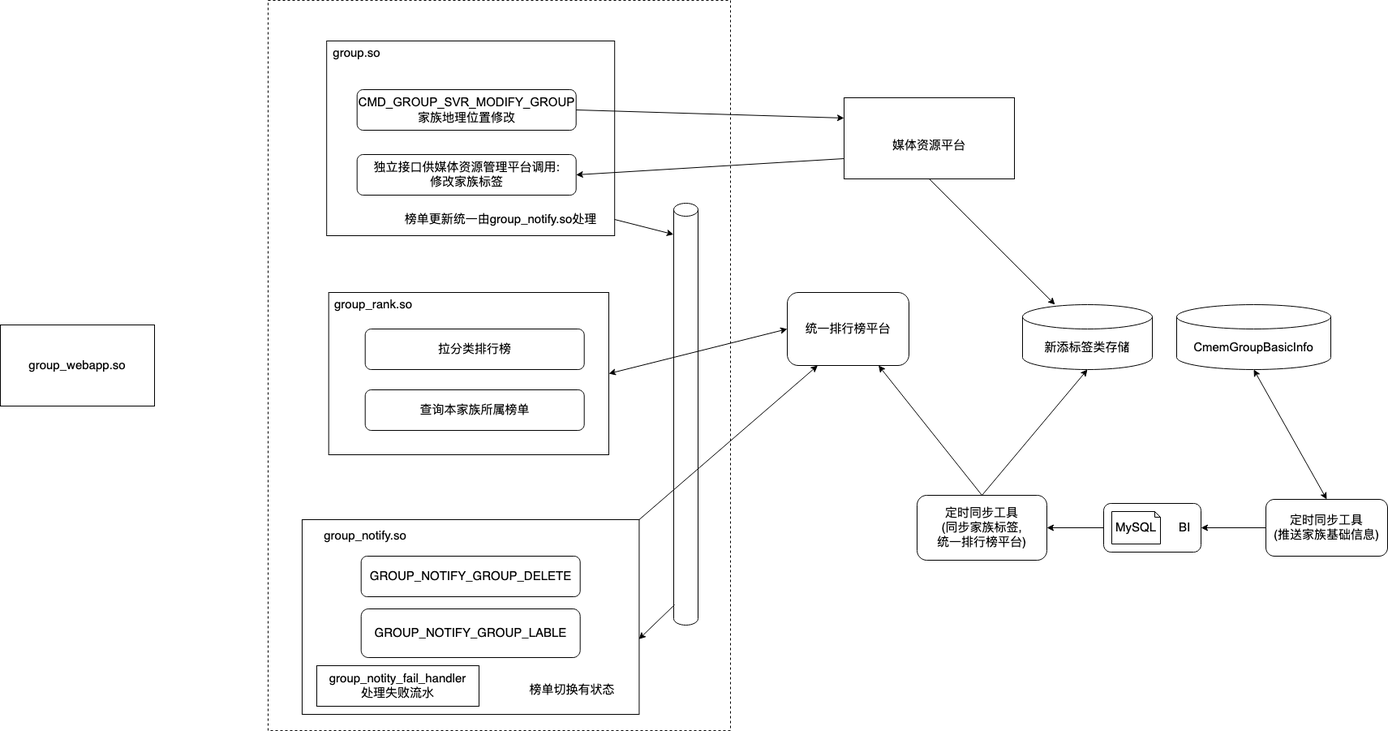
Before: 家族榜单切换.png, a diagram exported from draw.io (wu0hgl/note_pic). Source tidied: cells renumbered, new cells last; positions are measured from the earlier drawing's top-left corner, leaving out a move shared by most shapes.
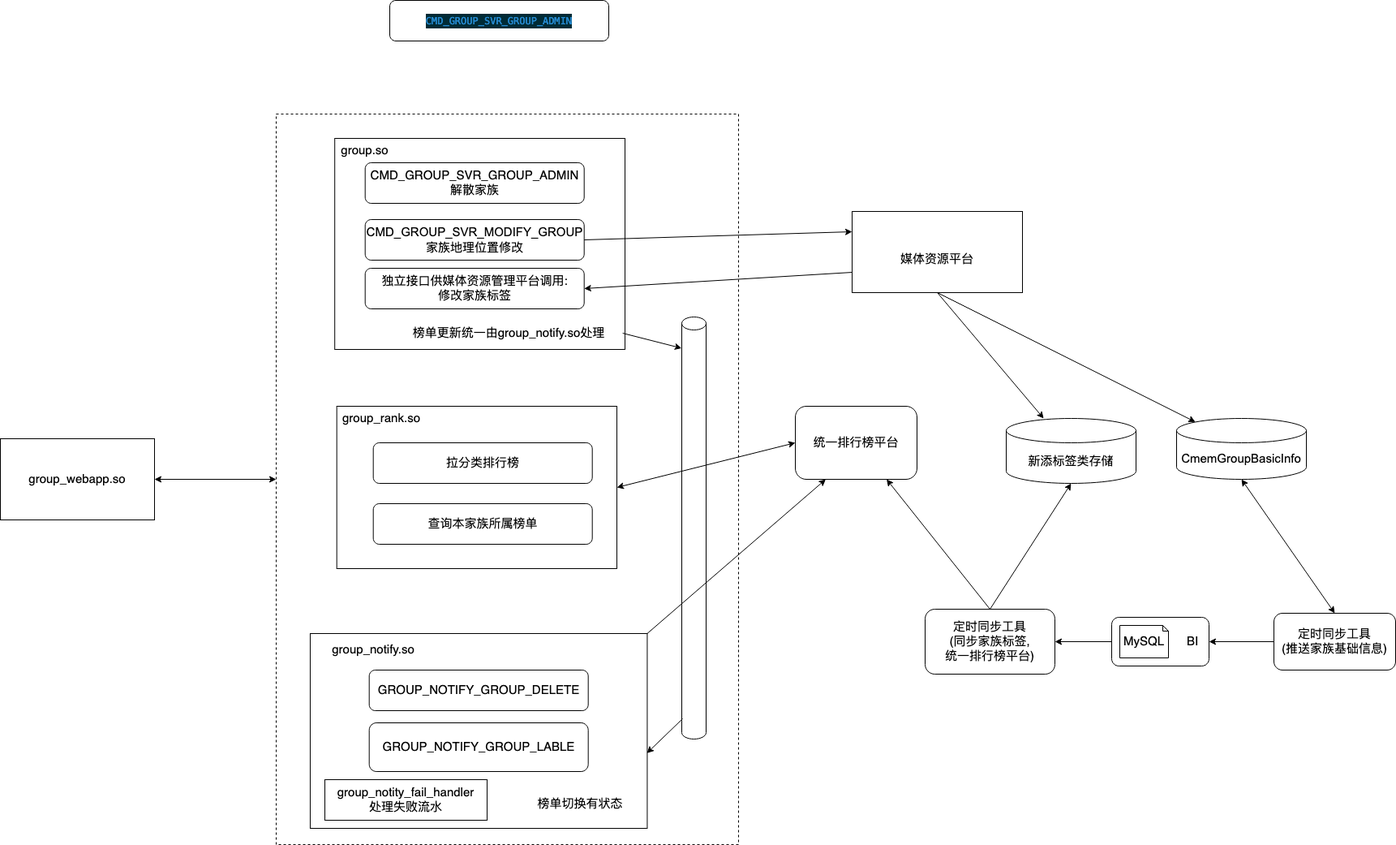
After the change.

Commit message:
更新家族榜单切换.png

Diff of the diagram source:
```diff
@@ -9,7 +9,7 @@
       <mxGeometry x="830" y="250" width="30" height="520" as="geometry" />
     </mxCell>
     <mxCell id="4" style="rounded=0;whiteSpace=wrap;html=1;fontSize=15;" parent="1" vertex="1">
-      <mxGeometry x="402.2" y="50" width="355" height="240" as="geometry" />
+      <mxGeometry x="402.2" y="30" width="357.8" height="260" as="geometry" />
     </mxCell>
     <mxCell id="5" value="定时同步工具&lt;br style=&quot;font-size: 15px;&quot;&gt;(推送家族基础信息)" style="rounded=1;whiteSpace=wrap;html=1;fontSize=15;" parent="1" vertex="1">
       <mxGeometry x="1560" y="615" width="150" height="70" as="geometry" />
@@ -42,13 +42,13 @@
       <mxGeometry x="439.7" y="190" width="270" height="50" as="geometry" />
     </mxCell>
     <mxCell id="15" value="group.so" style="text;html=1;strokeColor=none;fillColor=none;align=center;verticalAlign=middle;whiteSpace=wrap;rounded=0;fontSize=15;" parent="1" vertex="1">
-      <mxGeometry x="402.2" y="50" width="75" height="30" as="geometry" />
+      <mxGeometry x="402.2" y="30" width="75" height="30" as="geometry" />
     </mxCell>
     <mxCell id="16" value="&lt;span style=&quot;font-family: &amp;quot;arial&amp;quot;; font-size: 15px; color: rgb(0, 0, 0); font-weight: normal; font-style: normal; text-decoration: none;&quot;&gt;CmemGroupBasicInfo&lt;/span&gt;" style="shape=cylinder3;whiteSpace=wrap;html=1;boundedLbl=1;backgroundOutline=1;size=15;fontSize=15;" parent="1" vertex="1">
-      <mxGeometry x="1450" y="375" width="190" height="80" as="geometry" />
+      <mxGeometry x="1440" y="375" width="160" height="75" as="geometry" />
     </mxCell>
     <mxCell id="17" value="&lt;span style=&quot;font-family: &amp;#34;arial&amp;#34; ; font-size: 15px ; color: rgb(0 , 0 , 0) ; font-weight: normal ; font-style: normal ; text-decoration: none&quot;&gt;CMD_GROUP_SVR_MODIFY_GROUP&lt;br style=&quot;font-size: 15px&quot;&gt;家族地理位置修改&lt;br style=&quot;font-size: 15px&quot;&gt;&lt;/span&gt;" style="rounded=1;whiteSpace=wrap;html=1;fontSize=15;" parent="1" vertex="1">
-      <mxGeometry x="439.7" y="110" width="270" height="50" as="geometry" />
+      <mxGeometry x="439.7" y="130" width="270" height="50" as="geometry" />
     </mxCell>
     <mxCell id="18" style="endArrow=classic;startArrow=classic;html=1;exitX=0.5;exitY=0;exitDx=0;exitDy=0;entryX=0.5;entryY=1;entryDx=0;entryDy=0;entryPerimeter=0;fontSize=15;" parent="1" edge="1" source="5" target="16">
       <mxGeometry relative="1" as="geometry" />
@@ -84,7 +84,7 @@
       <mxGeometry relative="1" as="geometry" />
     </mxCell>
     <mxCell id="29" value="group_webapp.so" style="rounded=0;whiteSpace=wrap;html=1;fontSize=15;" parent="1" vertex="1">
-      <mxGeometry y="400" width="190" height="100" as="geometry" />
+      <mxGeometry x="-10" y="400" width="190" height="100" as="geometry" />
     </mxCell>
     <mxCell id="30" value="&lt;div&gt;&lt;br&gt;&lt;/div&gt;&lt;div&gt;媒体资源平台&lt;br&gt;&lt;/div&gt;" style="rounded=0;whiteSpace=wrap;html=1;fontSize=15;" parent="1" vertex="1">
       <mxGeometry x="1040" y="120" width="210" height="100" as="geometry" />
@@ -111,7 +111,7 @@
       <mxGeometry relative="1" as="geometry" />
     </mxCell>
     <mxCell id="38" value="新添标签类存储" style="shape=cylinder3;whiteSpace=wrap;html=1;boundedLbl=1;backgroundOutline=1;size=15;fontSize=15;" parent="1" vertex="1">
-      <mxGeometry x="1260" y="375" width="160" height="80" as="geometry" />
+      <mxGeometry x="1230" y="375" width="160" height="80" as="geometry" />
     </mxCell>
     <mxCell id="39" style="endArrow=classic;html=1;fontSize=15;exitX=0.5;exitY=1;exitDx=0;exitDy=0;" parent="1" edge="1" source="30" target="38">
       <mxGeometry relative="1" as="geometry" />
@@ -119,5 +119,17 @@
     <mxCell id="40" style="endArrow=classic;html=1;fontSize=15;entryX=0.5;entryY=1;entryDx=0;entryDy=0;entryPerimeter=0;exitX=0.5;exitY=0;exitDx=0;exitDy=0;" parent="1" edge="1" source="11" target="38">
       <mxGeometry relative="1" as="geometry" />
     </mxCell>
+    <mxCell id="41" style="endArrow=classic;html=1;fontSize=15;exitX=0.5;exitY=1;exitDx=0;exitDy=0;entryX=0.145;entryY=0;entryDx=0;entryDy=4.35;entryPerimeter=0;" parent="1" edge="1" source="30" target="16">
+      <mxGeometry relative="1" as="geometry" />
+    </mxCell>
+    <mxCell id="42" style="endArrow=classic;startArrow=classic;html=1;fontSize=15;exitX=1;exitY=0.5;exitDx=0;exitDy=0;entryX=0;entryY=0.5;entryDx=0;entryDy=0;" parent="1" edge="1" source="29" target="2">
+      <mxGeometry relative="1" as="geometry" />
+    </mxCell>
+    <mxCell id="43" value="CMD_GROUP_SVR_GROUP_ADMIN&lt;br&gt;解散家族" style="rounded=1;whiteSpace=wrap;html=1;fontSize=15;" parent="1" vertex="1">
+      <mxGeometry x="439.7" y="60" width="270" height="50" as="geometry" />
+    </mxCell>
+    <mxCell id="44" value="&lt;div style=&quot;color: rgb(187 , 187 , 187) ; background-color: rgb(0 , 43 , 54) ; font-family: &amp;#34;menlo&amp;#34; , &amp;#34;monaco&amp;#34; , &amp;#34;courier new&amp;#34; , monospace ; font-weight: normal ; font-size: 12px ; line-height: 18px&quot;&gt;&lt;div&gt;&lt;span style=&quot;color: #268bd2&quot;&gt;CMD_GROUP_SVR_GROUP_ADMIN&lt;/span&gt;&lt;/div&gt;&lt;/div&gt;" style="rounded=1;whiteSpace=wrap;html=1;fontSize=15;" parent="1" vertex="1">
+      <mxGeometry x="470" y="-140" width="270" height="50" as="geometry" />
+    </mxCell>
   </root>
 </mxGraphModel>
```
